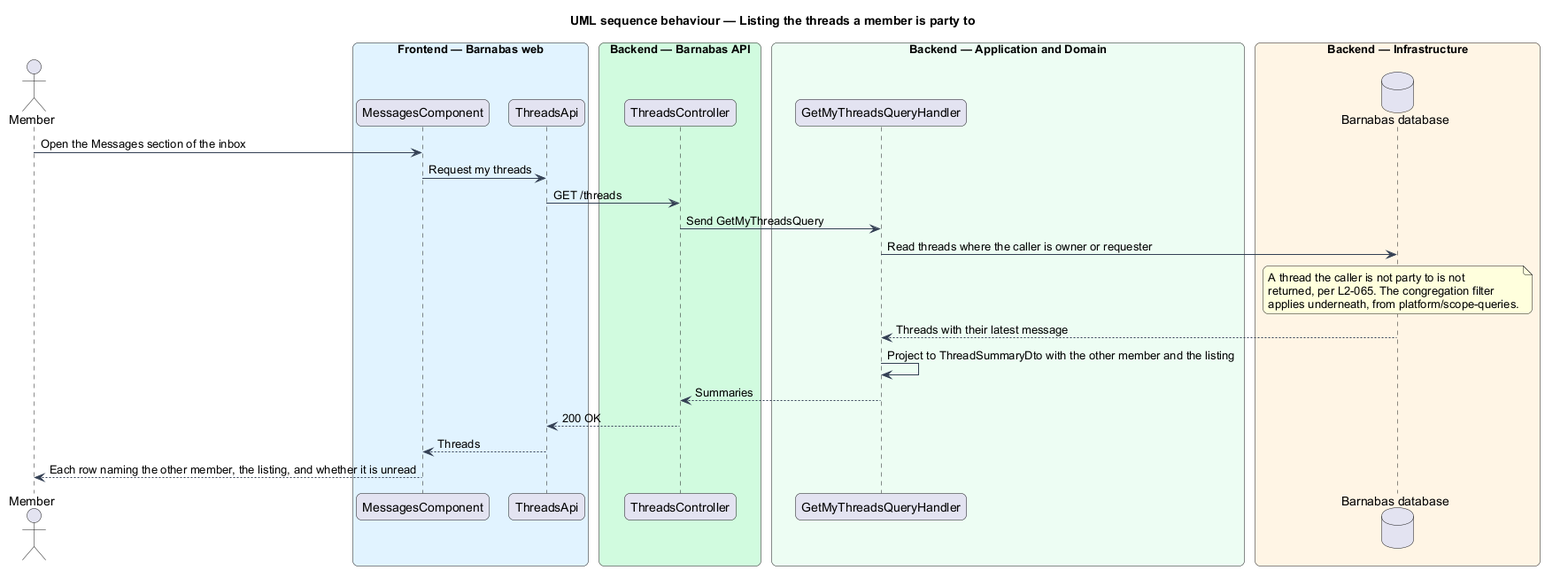
Above: docs/detailed-designs/messaging/find-a-thread/diagrams/sequence-list-threads.png in QuinntyneBrown/Barnabas (PlantUML), before the change.
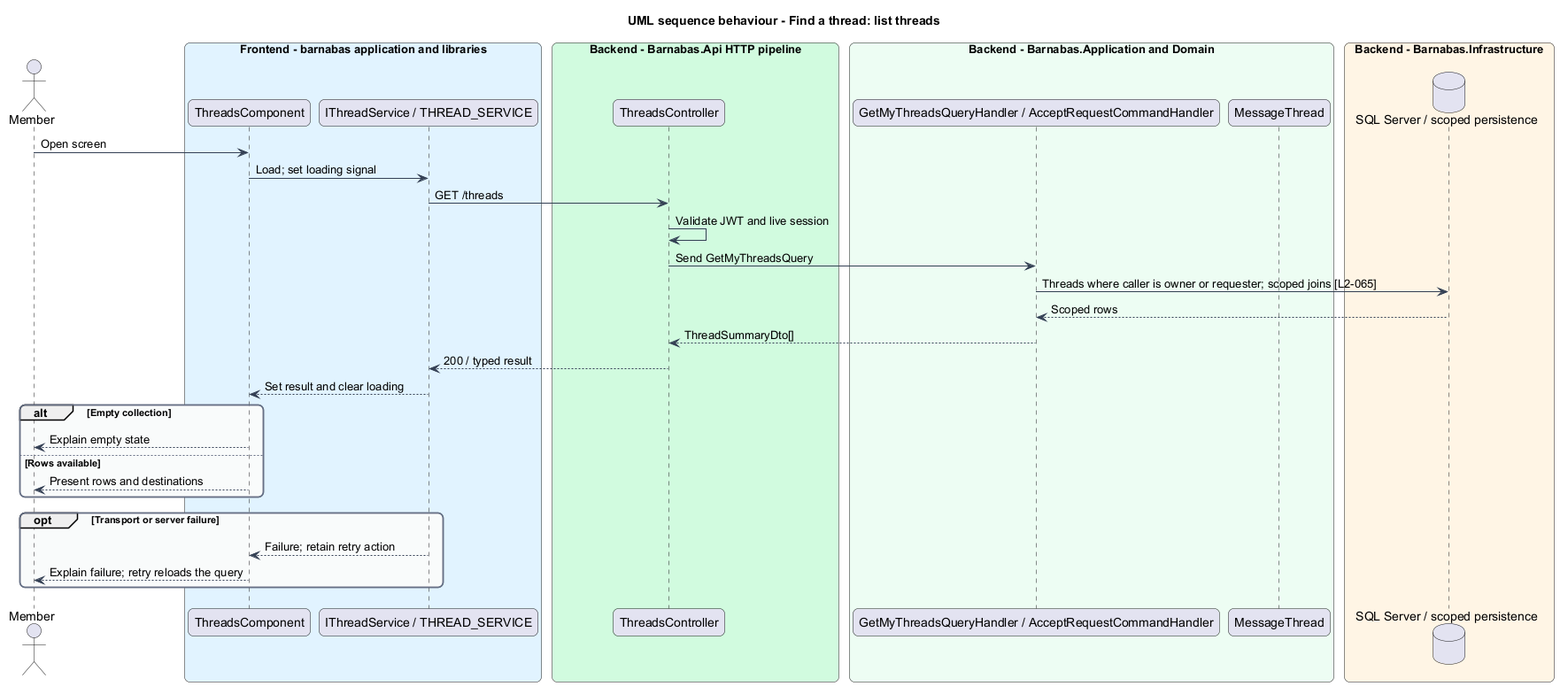
Later version of the same file.

The edit, as a diff of the source:
```diff
@@ -1,5 +1,5 @@
 @startuml
-title UML sequence behaviour — Listing the threads a member is party to
+title UML sequence behaviour - Find a thread: list threads
 skinparam backgroundColor #FFFFFF
 skinparam shadowing false
 skinparam roundcorner 12
@@ -15,30 +15,37 @@
   BackgroundColor #F9FAFB
 }
 actor "Member" as actor
-box "Frontend — Barnabas web" #E0F2FE
-  participant "MessagesComponent" as page
-  participant "ThreadsApi" as client
+box "Frontend - barnabas application and libraries" #E0F2FE
+  participant "ThreadsComponent" as page
+  participant "IThreadService / THREAD_SERVICE" as client
 end box
-box "Backend — Barnabas API" #D1FADF
-  participant "ThreadsController" as controller
+box "Backend - Barnabas.Api HTTP pipeline" #D1FADF
+  participant "ThreadsController" as api
 end box
-box "Backend — Application and Domain" #ECFDF3
-  participant "GetMyThreadsQueryHandler" as handler
+box "Backend - Barnabas.Application and Domain" #ECFDF3
+  participant "GetMyThreadsQueryHandler / AcceptRequestCommandHandler" as handler
+  participant "MessageThread" as entity
 end box
-box "Backend — Infrastructure" #FFF4E5
-  database "Barnabas database" as db
+box "Backend - Barnabas.Infrastructure" #FFF4E5
+  database "SQL Server / scoped persistence" as db
 end box
-
-actor -> page : Open the Messages section of the inbox
-page -> client : Request my threads
-client -> controller : GET /threads
-controller -> handler : Send GetMyThreadsQuery
-handler -> db : Read threads where the caller is owner or requester
-note over db : A thread the caller is not party to is not\nreturned, per L2-065. The congregation filter\napplies underneath, from platform/scope-queries.
-db --> handler : Threads with their latest message
-handler -> handler : Project to ThreadSummaryDto with the other member and the listing
-handler --> controller : Summaries
-controller --> client : 200 OK
-client --> page : Threads
-page --> actor : Each row naming the other member, the listing, and whether it is unread
+actor -> page : Open screen
+page -> client : Load; set loading signal
+client -> api : GET /threads
+api -> api : Validate JWT and live session
+api -> handler : Send GetMyThreadsQuery
+handler -> db : Threads where caller is owner or requester; scoped joins [L2-065]
+db --> handler : Scoped rows
+handler --> api : ThreadSummaryDto[]
+api --> client : 200 / typed result
+client --> page : Set result and clear loading
+alt Empty collection
+  page --> actor : Explain empty state
+else Rows available
+  page --> actor : Present rows and destinations
+end
+opt Transport or server failure
+  client --> page : Failure; retain retry action
+  page --> actor : Explain failure; retry reloads the query
+end
 @enduml
```
